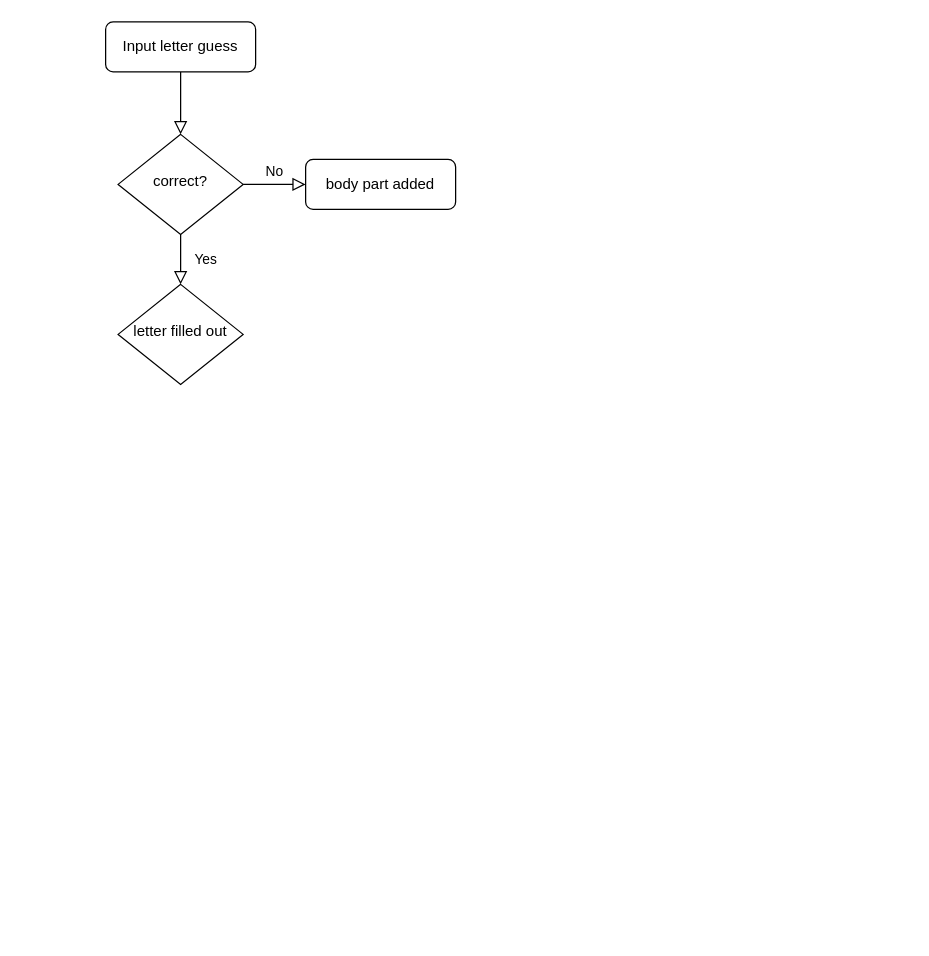
Before: day6/Untitled Diagram.drawio in jimmy-do/100-days-of-Python, a draw.io diagram. Source tidied: cells renumbered, new cells numbered last; positions are measured from the earlier drawing's top-left corner, leaving out a move shared by most shapes. Both pictures are drawn from the tidied source at 125%, with x=0, y=0 at pixel (105, 21).
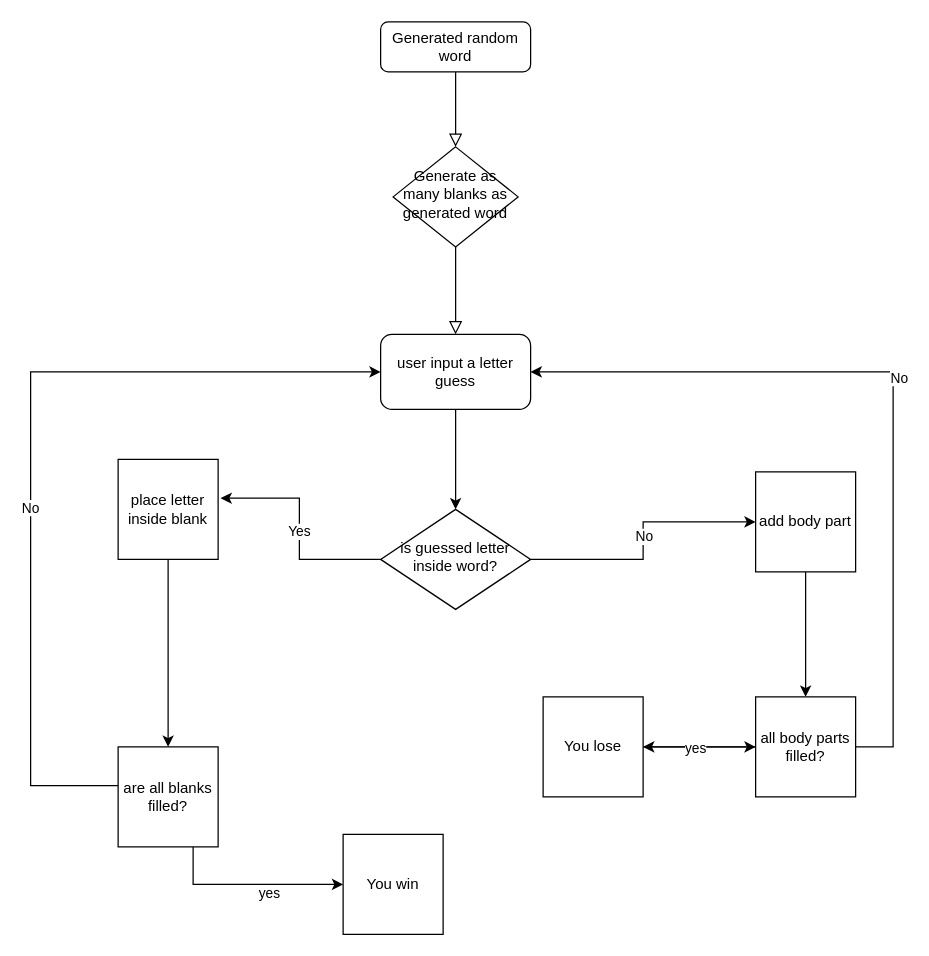
The same diagram, later.

What changed in the source:
```diff
@@
-    <mxCell id="3" value="Input letter guess" style="rounded=1;whiteSpace=wrap;html=1;fontSize=12;glass=0;strokeWidth=1;shadow=0;" parent="1" vertex="1">
-      <mxGeometry width="120" height="40" as="geometry" />
+    <mxCell id="3" value="Generated random word" style="rounded=1;whiteSpace=wrap;html=1;fontSize=12;glass=0;strokeWidth=1;shadow=0;" parent="1" vertex="1">
+      <mxGeometry x="220" width="120" height="40" as="geometry" />
     </mxCell>
-    <mxCell id="4" value="Yes" style="rounded=0;html=1;jettySize=auto;fontSize=11;endArrow=block;endFill=0;endSize=8;strokeWidth=1;shadow=0;labelBackgroundColor=none;edgeStyle=orthogonalEdgeStyle;" parent="1" edge="1" source="6" target="8">
+    <mxCell id="4" style="rounded=0;html=1;jettySize=auto;fontSize=11;endArrow=block;endFill=0;endSize=8;strokeWidth=1;shadow=0;labelBackgroundColor=none;edgeStyle=orthogonalEdgeStyle;entryX=0.5;entryY=0;entryDx=0;entryDy=0;" parent="1" edge="1" source="6" target="23">
       <mxGeometry y="20" relative="1" as="geometry" />
     </mxCell>
-    <mxCell id="5" value="No" style="edgeStyle=orthogonalEdgeStyle;rounded=0;html=1;jettySize=auto;fontSize=11;endArrow=block;endFill=0;endSize=8;strokeWidth=1;shadow=0;labelBackgroundColor=none;" parent="1" edge="1" source="6" target="7">
-      <mxGeometry y="10" relative="1" as="geometry" />
-    </mxCell>
-    <mxCell id="6" value="correct?" style="rhombus;whiteSpace=wrap;html=1;shadow=0;fontFamily=Helvetica;fontSize=12;align=center;strokeWidth=1;spacing=6;spacingTop=-4;" parent="1" vertex="1">
-      <mxGeometry x="10" y="90" width="100" height="80" as="geometry" />
+    <mxCell id="6" value="Generate as many blanks as generated word" style="rhombus;whiteSpace=wrap;html=1;shadow=0;fontFamily=Helvetica;fontSize=12;align=center;strokeWidth=1;spacing=6;spacingTop=-4;" parent="1" vertex="1">
+      <mxGeometry x="230" y="100" width="100" height="80" as="geometry" />
     </mxCell>
-    <mxCell id="7" value="body part added" style="rounded=1;whiteSpace=wrap;html=1;fontSize=12;glass=0;strokeWidth=1;shadow=0;" parent="1" vertex="1">
-      <mxGeometry x="160" y="110" width="120" height="40" as="geometry" />
-    </mxCell>
+    <mxCell id="9" style="edgeStyle=orthogonalEdgeStyle;rounded=0;jettySize=auto;html=1;entryX=1.025;entryY=0.388;entryDx=0;entryDy=0;entryPerimeter=0;" parent="1" edge="1" source="8" target="14">
+      <mxGeometry relative="1" as="geometry" />
+    </mxCell>
+    <mxCell id="10" value="Yes" style="edgeLabel;html=1;align=center;verticalAlign=middle;" parent="9" vertex="1">
+      <mxGeometry x="-0.01" y="-1" relative="1" as="geometry">
+        <mxPoint x="-2" as="offset" />
+      </mxGeometry>
+    </mxCell>
+    <mxCell id="11" style="edgeStyle=orthogonalEdgeStyle;rounded=0;jettySize=auto;html=1;entryX=0;entryY=0.5;entryDx=0;entryDy=0;" parent="1" edge="1" source="8" target="16">
+      <mxGeometry relative="1" as="geometry" />
+    </mxCell>
+    <mxCell id="12" value="No" style="edgeLabel;html=1;align=center;verticalAlign=middle;" parent="11" vertex="1">
+      <mxGeometry x="0.04" relative="1" as="geometry" />
+    </mxCell>
-    <mxCell id="8" value="letter filled out" style="rhombus;whiteSpace=wrap;html=1;shadow=0;fontFamily=Helvetica;fontSize=12;align=center;strokeWidth=1;spacing=6;spacingTop=-4;" parent="1" vertex="1">
-      <mxGeometry x="10" y="210" width="100" height="80" as="geometry" />
+    <mxCell id="8" value="is guessed letter inside word?" style="rhombus;whiteSpace=wrap;html=1;shadow=0;fontFamily=Helvetica;fontSize=12;align=center;strokeWidth=1;spacing=6;spacingTop=-4;" parent="1" vertex="1">
+      <mxGeometry x="220" y="390" width="120" height="80" as="geometry" />
     </mxCell>
+    <mxCell id="13" style="edgeStyle=orthogonalEdgeStyle;rounded=0;jettySize=auto;html=1;entryX=0.5;entryY=0;entryDx=0;entryDy=0;" parent="1" edge="1" source="14" target="21">
+      <mxGeometry relative="1" as="geometry" />
+    </mxCell>
+    <mxCell id="14" value="place letter inside blank" style="whiteSpace=wrap;html=1;" parent="1" vertex="1">
+      <mxGeometry x="10" y="350" width="80" height="80" as="geometry" />
+    </mxCell>
+    <mxCell id="15" style="edgeStyle=orthogonalEdgeStyle;rounded=0;jettySize=auto;html=1;" parent="1" edge="1" source="16">
+      <mxGeometry relative="1" as="geometry">
+        <mxPoint x="560" y="540" as="targetPoint" />
+      </mxGeometry>
+    </mxCell>
+    <mxCell id="16" value="add body part" style="whiteSpace=wrap;html=1;" parent="1" vertex="1">
+      <mxGeometry x="520" y="360" width="80" height="80" as="geometry" />
+    </mxCell>
+    <mxCell id="17" style="edgeStyle=orthogonalEdgeStyle;rounded=0;jettySize=auto;html=1;entryX=0;entryY=0.5;entryDx=0;entryDy=0;" parent="1" edge="1" target="23">
+      <mxGeometry relative="1" as="geometry">
+        <mxPoint x="60" y="610" as="sourcePoint" />
+        <Array as="points">
+          <mxPoint x="60" y="611" />
+          <mxPoint x="-60" y="611" />
+          <mxPoint x="-60" y="280" />
+        </Array>
+      </mxGeometry>
+    </mxCell>
+    <mxCell id="18" value="No" style="edgeLabel;html=1;align=center;verticalAlign=middle;" parent="17" vertex="1">
+      <mxGeometry x="-0.06" y="1" relative="1" as="geometry" />
+    </mxCell>
+    <mxCell id="19" style="edgeStyle=orthogonalEdgeStyle;rounded=0;jettySize=auto;html=1;entryX=0;entryY=0.5;entryDx=0;entryDy=0;" parent="1" edge="1" source="21" target="24">
+      <mxGeometry relative="1" as="geometry">
+        <Array as="points">
+          <mxPoint x="70" y="690" />
+        </Array>
+      </mxGeometry>
+    </mxCell>
+    <mxCell id="20" value="yes" style="edgeLabel;html=1;align=center;verticalAlign=middle;" parent="19" vertex="1">
+      <mxGeometry x="0.2" y="-6" relative="1" as="geometry" />
+    </mxCell>
+    <mxCell id="21" value="are all blanks filled?" style="whiteSpace=wrap;html=1;" parent="1" vertex="1">
+      <mxGeometry x="10" y="580" width="80" height="80" as="geometry" />
+    </mxCell>
+    <mxCell id="22" style="edgeStyle=orthogonalEdgeStyle;rounded=0;jettySize=auto;html=1;" parent="1" edge="1" source="23" target="8">
+      <mxGeometry relative="1" as="geometry" />
+    </mxCell>
+    <mxCell id="23" value="user input a letter guess" style="rounded=1;whiteSpace=wrap;html=1;" parent="1" vertex="1">
+      <mxGeometry x="220" y="250" width="120" height="60" as="geometry" />
+    </mxCell>
+    <mxCell id="24" value="You win" style="whiteSpace=wrap;html=1;" parent="1" vertex="1">
+      <mxGeometry x="190" y="650" width="80" height="80" as="geometry" />
+    </mxCell>
+    <mxCell id="25" style="edgeStyle=orthogonalEdgeStyle;rounded=0;jettySize=auto;html=1;" parent="1" edge="1" source="28">
+      <mxGeometry relative="1" as="geometry">
+        <mxPoint x="430" y="580" as="targetPoint" />
+      </mxGeometry>
+    </mxCell>
+    <mxCell id="26" style="edgeStyle=orthogonalEdgeStyle;rounded=0;jettySize=auto;html=1;entryX=1;entryY=0.5;entryDx=0;entryDy=0;" parent="1" edge="1" source="28" target="23">
+      <mxGeometry relative="1" as="geometry">
+        <Array as="points">
+          <mxPoint x="630" y="580" />
+          <mxPoint x="630" y="280" />
+        </Array>
+      </mxGeometry>
+    </mxCell>
+    <mxCell id="27" value="No" style="edgeLabel;html=1;align=center;verticalAlign=middle;" parent="26" vertex="1">
+      <mxGeometry x="0.05" y="-4" relative="1" as="geometry" />
+    </mxCell>
+    <mxCell id="28" value="&lt;div&gt;all body parts filled?&lt;/div&gt;" style="whiteSpace=wrap;html=1;" parent="1" vertex="1">
+      <mxGeometry x="520" y="540" width="80" height="80" as="geometry" />
+    </mxCell>
+    <mxCell id="29" style="edgeStyle=orthogonalEdgeStyle;rounded=0;jettySize=auto;html=1;" parent="1" edge="1" source="31" target="28">
+      <mxGeometry relative="1" as="geometry" />
+    </mxCell>
+    <mxCell id="30" value="yes" style="edgeLabel;html=1;align=center;verticalAlign=middle;" parent="29" vertex="1">
+      <mxGeometry x="-0.09" relative="1" as="geometry" />
+    </mxCell>
+    <mxCell id="31" value="You lose" style="whiteSpace=wrap;html=1;" parent="1" vertex="1">
+      <mxGeometry x="350" y="540" width="80" height="80" as="geometry" />
+    </mxCell>
```
